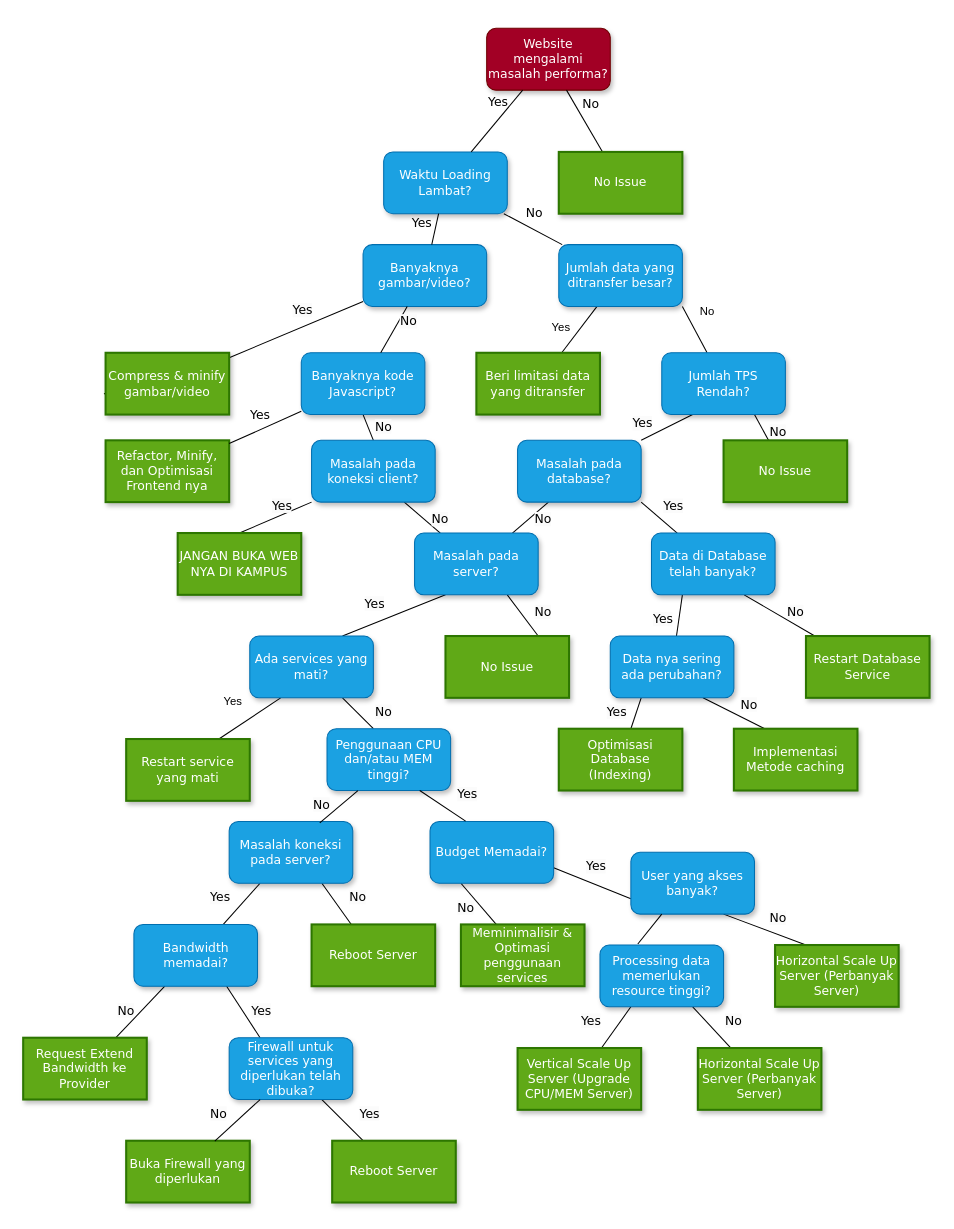
Before: dc-tree-web-perf.drawio in fllaa/public-draw-io, a draw.io diagram. Source tidied: cells renumbered, new cells numbered last; positions are measured from the earlier drawing's top-left corner, leaving out a move shared by most shapes. Both pictures are drawn from the tidied source at 103%, with x=0, y=0 at pixel (23, 28).
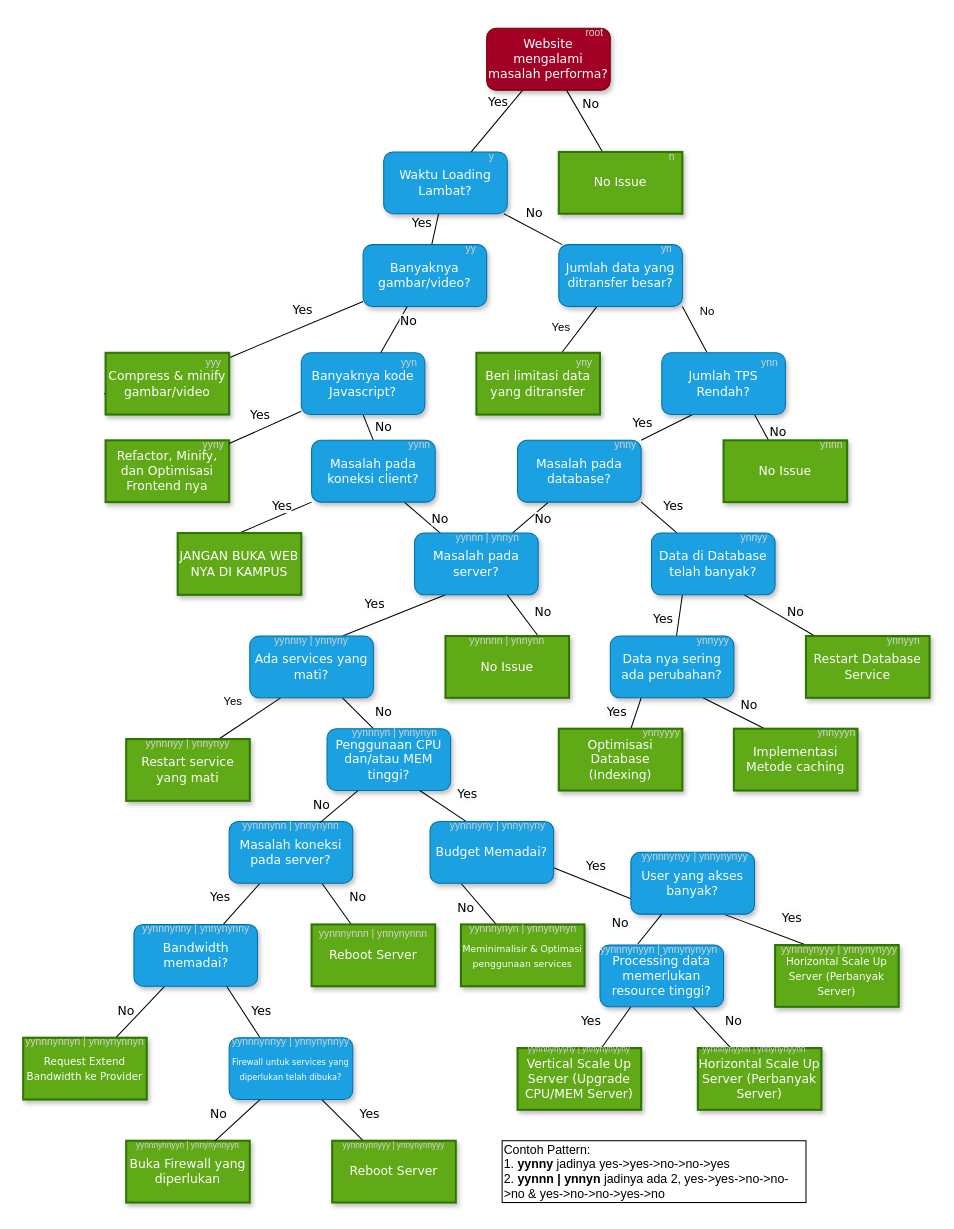
The same page after the edit.

What changed in the source:
```diff
@@
-    <mxCell id="83" value="Firewall untuk services yang diperlukan telah dibuka?" style="whiteSpace=wrap;html=1;rounded=1;shadow=1;labelBackgroundColor=none;strokeWidth=1;fontFamily=Verdana;fontSize=12;align=center;fillColor=#1ba1e2;fontColor=#ffffff;strokeColor=#006EAF;" parent="1" vertex="1">
+    <mxCell id="83" value="&lt;font style=&quot;font-size: 8px;&quot;&gt;Firewall untuk services yang diperlukan telah dibuka?&lt;/font&gt;" style="whiteSpace=wrap;html=1;rounded=1;shadow=1;labelBackgroundColor=none;strokeWidth=1;fontFamily=Verdana;fontSize=12;align=center;fillColor=#1ba1e2;fontColor=#ffffff;strokeColor=#006EAF;" parent="1" vertex="1">
       <mxGeometry x="200" y="980" width="120" height="60" as="geometry" />
     </mxCell>
@@
-    <mxCell id="85" value="Request Extend Bandwidth ke Provider" style="whiteSpace=wrap;html=1;rounded=0;shadow=1;labelBackgroundColor=none;strokeWidth=2;fontFamily=Verdana;fontSize=12;align=center;fillColor=#60a917;fontColor=#ffffff;strokeColor=#2D7600;" parent="1" vertex="1">
+    <mxCell id="85" value="&lt;font style=&quot;font-size: 10px;&quot;&gt;Request Extend Bandwidth ke Provider&lt;/font&gt;" style="whiteSpace=wrap;html=1;rounded=0;shadow=1;labelBackgroundColor=none;strokeWidth=2;fontFamily=Verdana;fontSize=12;align=center;fillColor=#60a917;fontColor=#ffffff;strokeColor=#2D7600;" parent="1" vertex="1">
       <mxGeometry y="980" width="120" height="60" as="geometry" />
     </mxCell>
@@
-    <mxCell id="95" value="Meminimalisir &amp;amp; Optimasi penggunaan services" style="whiteSpace=wrap;html=1;rounded=0;shadow=1;labelBackgroundColor=none;strokeWidth=2;fontFamily=Verdana;fontSize=12;align=center;fillColor=#60a917;fontColor=#ffffff;strokeColor=#2D7600;" parent="1" vertex="1">
+    <mxCell id="95" value="&lt;font style=&quot;font-size: 9px;&quot;&gt;Meminimalisir &amp;amp; Optimasi penggunaan services&lt;/font&gt;" style="whiteSpace=wrap;html=1;rounded=0;shadow=1;labelBackgroundColor=none;strokeWidth=2;fontFamily=Verdana;fontSize=12;align=center;fillColor=#60a917;fontColor=#ffffff;strokeColor=#2D7600;" parent="1" vertex="1">
       <mxGeometry x="425" y="870" width="120" height="60" as="geometry" />
     </mxCell>
@@
-    <mxCell id="100" value="Horizontal Scale Up Server (Perbanyak Server)" style="whiteSpace=wrap;html=1;rounded=0;shadow=1;labelBackgroundColor=none;strokeWidth=2;fontFamily=Verdana;fontSize=12;align=center;fillColor=#60a917;fontColor=#ffffff;strokeColor=#2D7600;" parent="1" vertex="1">
+    <mxCell id="100" value="&lt;font style=&quot;font-size: 10px;&quot;&gt;Horizontal Scale Up Server (Perbanyak Server)&lt;/font&gt;" style="whiteSpace=wrap;html=1;rounded=0;shadow=1;labelBackgroundColor=none;strokeWidth=2;fontFamily=Verdana;fontSize=12;align=center;fillColor=#60a917;fontColor=#ffffff;strokeColor=#2D7600;" parent="1" vertex="1">
       <mxGeometry x="730" y="890" width="120" height="60" as="geometry" />
     </mxCell>
@@
     <mxCell id="107" value="&lt;span style=&quot;color: rgb(0, 0, 0); font-family: Verdana; font-size: 12px; font-style: normal; font-variant-ligatures: normal; font-variant-caps: normal; font-weight: 400; letter-spacing: normal; orphans: 2; text-align: center; text-indent: 0px; text-transform: none; widows: 2; word-spacing: 0px; -webkit-text-stroke-width: 0px; background-color: rgb(251, 251, 251); text-decoration-thickness: initial; text-decoration-style: initial; text-decoration-color: initial; float: none; display: inline !important;&quot;&gt;No&lt;/span&gt;" style="text;whiteSpace=wrap;html=1;fontSize=11;fontFamily=Helvetica;fontColor=default;" parent="1" vertex="1">
-      <mxGeometry x="722.5" y="850" width="30" height="30" as="geometry" />
+      <mxGeometry x="570" y="855" width="30" height="30" as="geometry" />
     </mxCell>
@@
+    <mxCell id="111" value="&lt;font style=&quot;font-size: 10px;&quot; color=&quot;#d4d4d4&quot;&gt;root&lt;/font&gt;" style="text;whiteSpace=wrap;html=1;align=center;fontColor=#FFFFFF;" parent="1" vertex="1">
+      <mxGeometry x="540" y="-10" width="30" height="20" as="geometry" />
+    </mxCell>
+    <mxCell id="112" value="&lt;font style=&quot;font-size: 10px;&quot; color=&quot;#d4d4d4&quot;&gt;y&lt;/font&gt;" style="text;whiteSpace=wrap;html=1;align=center;fontColor=#FFFFFF;" parent="1" vertex="1">
+      <mxGeometry x="440" y="110" width="30" height="20" as="geometry" />
+    </mxCell>
+    <mxCell id="113" value="&lt;font style=&quot;font-size: 10px;&quot; color=&quot;#d4d4d4&quot;&gt;n&lt;/font&gt;" style="text;whiteSpace=wrap;html=1;align=center;fontColor=#FFFFFF;" parent="1" vertex="1">
+      <mxGeometry x="615" y="110" width="30" height="20" as="geometry" />
+    </mxCell>
+    <mxCell id="114" value="&lt;font color=&quot;#d4d4d4&quot;&gt;&lt;span style=&quot;font-size: 10px;&quot;&gt;yy&lt;/span&gt;&lt;/font&gt;" style="text;whiteSpace=wrap;html=1;align=center;fontColor=#FFFFFF;" parent="1" vertex="1">
+      <mxGeometry x="420" y="200" width="30" height="20" as="geometry" />
+    </mxCell>
+    <mxCell id="115" value="&lt;font color=&quot;#d4d4d4&quot;&gt;&lt;span style=&quot;font-size: 10px;&quot;&gt;yn&lt;/span&gt;&lt;/font&gt;" style="text;whiteSpace=wrap;html=1;align=center;fontColor=#FFFFFF;" parent="1" vertex="1">
+      <mxGeometry x="610" y="200" width="30" height="20" as="geometry" />
+    </mxCell>
+    <mxCell id="116" value="&lt;font color=&quot;#d4d4d4&quot;&gt;&lt;span style=&quot;font-size: 10px;&quot;&gt;yyy&lt;/span&gt;&lt;/font&gt;" style="text;whiteSpace=wrap;html=1;align=center;fontColor=#FFFFFF;" parent="1" vertex="1">
+      <mxGeometry x="170" y="310" width="30" height="20" as="geometry" />
+    </mxCell>
+    <mxCell id="117" value="&lt;font color=&quot;#d4d4d4&quot;&gt;&lt;span style=&quot;font-size: 10px;&quot;&gt;yyn&lt;/span&gt;&lt;/font&gt;" style="text;whiteSpace=wrap;html=1;align=center;fontColor=#FFFFFF;" parent="1" vertex="1">
+      <mxGeometry x="360" y="310" width="30" height="20" as="geometry" />
+    </mxCell>
+    <mxCell id="118" value="&lt;font color=&quot;#d4d4d4&quot;&gt;&lt;span style=&quot;font-size: 10px;&quot;&gt;yny&lt;/span&gt;&lt;/font&gt;" style="text;whiteSpace=wrap;html=1;align=center;fontColor=#FFFFFF;" parent="1" vertex="1">
+      <mxGeometry x="530" y="310" width="30" height="20" as="geometry" />
+    </mxCell>
+    <mxCell id="119" value="&lt;font color=&quot;#d4d4d4&quot;&gt;&lt;span style=&quot;font-size: 10px;&quot;&gt;ynn&lt;/span&gt;&lt;/font&gt;" style="text;whiteSpace=wrap;html=1;align=center;fontColor=#FFFFFF;" parent="1" vertex="1">
+      <mxGeometry x="710" y="310" width="30" height="20" as="geometry" />
+    </mxCell>
+    <mxCell id="120" value="&lt;font color=&quot;#d4d4d4&quot;&gt;&lt;span style=&quot;font-size: 10px;&quot;&gt;yyny&lt;/span&gt;&lt;/font&gt;" style="text;whiteSpace=wrap;html=1;align=center;fontColor=#FFFFFF;" parent="1" vertex="1">
+      <mxGeometry x="170" y="390" width="30" height="20" as="geometry" />
+    </mxCell>
+    <mxCell id="121" value="&lt;font color=&quot;#d4d4d4&quot;&gt;&lt;span style=&quot;font-size: 10px;&quot;&gt;yynn&lt;/span&gt;&lt;/font&gt;" style="text;whiteSpace=wrap;html=1;align=center;fontColor=#FFFFFF;" parent="1" vertex="1">
+      <mxGeometry x="370" y="390" width="30" height="20" as="geometry" />
+    </mxCell>
+    <mxCell id="122" value="&lt;font color=&quot;#d4d4d4&quot;&gt;&lt;span style=&quot;font-size: 10px;&quot;&gt;ynny&lt;/span&gt;&lt;/font&gt;" style="text;whiteSpace=wrap;html=1;align=center;fontColor=#FFFFFF;" parent="1" vertex="1">
+      <mxGeometry x="570" y="390" width="30" height="20" as="geometry" />
+    </mxCell>
+    <mxCell id="123" value="&lt;font color=&quot;#d4d4d4&quot;&gt;&lt;span style=&quot;font-size: 10px;&quot;&gt;ynnn&lt;/span&gt;&lt;/font&gt;" style="text;whiteSpace=wrap;html=1;align=center;fontColor=#FFFFFF;" parent="1" vertex="1">
+      <mxGeometry x="770" y="390" width="30" height="20" as="geometry" />
+    </mxCell>
+    <mxCell id="124" value="&lt;font color=&quot;#d4d4d4&quot;&gt;&lt;span style=&quot;font-size: 10px;&quot;&gt;ynnyy&lt;/span&gt;&lt;/font&gt;" style="text;whiteSpace=wrap;html=1;align=center;fontColor=#FFFFFF;" parent="1" vertex="1">
+      <mxGeometry x="695" y="480" width="30" height="20" as="geometry" />
+    </mxCell>
+    <mxCell id="125" value="&lt;font color=&quot;#d4d4d4&quot;&gt;&lt;span style=&quot;font-size: 10px;&quot;&gt;ynnyyy&lt;/span&gt;&lt;/font&gt;" style="text;whiteSpace=wrap;html=1;align=center;fontColor=#FFFFFF;" parent="1" vertex="1">
+      <mxGeometry x="655" y="580" width="30" height="20" as="geometry" />
+    </mxCell>
+    <mxCell id="126" value="&lt;font color=&quot;#d4d4d4&quot;&gt;&lt;span style=&quot;font-size: 10px;&quot;&gt;ynnyyn&lt;/span&gt;&lt;/font&gt;" style="text;whiteSpace=wrap;html=1;align=center;fontColor=#FFFFFF;" parent="1" vertex="1">
+      <mxGeometry x="840" y="580" width="30" height="20" as="geometry" />
+    </mxCell>
+    <mxCell id="127" value="&lt;font color=&quot;#d4d4d4&quot;&gt;&lt;span style=&quot;font-size: 10px;&quot;&gt;ynnyyyy&lt;/span&gt;&lt;/font&gt;" style="text;whiteSpace=wrap;html=1;align=center;fontColor=#FFFFFF;" parent="1" vertex="1">
+      <mxGeometry x="605" y="670" width="30" height="20" as="geometry" />
+    </mxCell>
+    <mxCell id="128" value="&lt;font color=&quot;#d4d4d4&quot;&gt;&lt;span style=&quot;font-size: 10px;&quot;&gt;ynnyyyn&lt;/span&gt;&lt;/font&gt;" style="text;whiteSpace=wrap;html=1;align=center;fontColor=#FFFFFF;" parent="1" vertex="1">
+      <mxGeometry x="775" y="670" width="30" height="20" as="geometry" />
+    </mxCell>
+    <mxCell id="129" value="&lt;font color=&quot;#d4d4d4&quot;&gt;&lt;span style=&quot;font-size: 10px;&quot;&gt;yynnn | ynnyn&lt;/span&gt;&lt;/font&gt;" style="text;whiteSpace=wrap;html=1;align=center;fontColor=#FFFFFF;" parent="1" vertex="1">
+      <mxGeometry x="411" y="480" width="80" height="20" as="geometry" />
+    </mxCell>
+    <mxCell id="130" value="&lt;font color=&quot;#d4d4d4&quot;&gt;&lt;span style=&quot;font-size: 10px;&quot;&gt;yynnnn | ynnynn&lt;/span&gt;&lt;/font&gt;" style="text;whiteSpace=wrap;html=1;align=center;fontColor=#FFFFFF;" parent="1" vertex="1">
+      <mxGeometry x="430" y="580" width="80" height="20" as="geometry" />
+    </mxCell>
+    <mxCell id="131" value="&lt;font color=&quot;#d4d4d4&quot;&gt;&lt;span style=&quot;font-size: 10px;&quot;&gt;yynnny | ynnyny&lt;/span&gt;&lt;/font&gt;" style="text;whiteSpace=wrap;html=1;align=center;fontColor=#FFFFFF;" parent="1" vertex="1">
+      <mxGeometry x="240" y="580" width="80" height="20" as="geometry" />
+    </mxCell>
+    <mxCell id="132" value="&lt;font color=&quot;#d4d4d4&quot;&gt;&lt;span style=&quot;font-size: 10px;&quot;&gt;yynnnyy | ynnynyy&lt;/span&gt;&lt;/font&gt;" style="text;whiteSpace=wrap;html=1;align=center;fontColor=#FFFFFF;" parent="1" vertex="1">
+      <mxGeometry x="110" y="680" width="100" height="20" as="geometry" />
+    </mxCell>
+    <mxCell id="133" value="&lt;font color=&quot;#d4d4d4&quot;&gt;&lt;span style=&quot;font-size: 10px;&quot;&gt;yynnnyn | ynnynyn&lt;/span&gt;&lt;/font&gt;" style="text;whiteSpace=wrap;html=1;align=center;fontColor=#FFFFFF;" parent="1" vertex="1">
+      <mxGeometry x="311" y="670" width="100" height="20" as="geometry" />
+    </mxCell>
+    <mxCell id="134" value="&lt;font color=&quot;#d4d4d4&quot;&gt;&lt;span style=&quot;font-size: 10px;&quot;&gt;yynnnynn | ynnynynn&lt;/span&gt;&lt;/font&gt;" style="text;whiteSpace=wrap;html=1;align=center;fontColor=#FFFFFF;" parent="1" vertex="1">
+      <mxGeometry x="210" y="760" width="100" height="20" as="geometry" />
+    </mxCell>
+    <mxCell id="135" value="&lt;font color=&quot;#d4d4d4&quot;&gt;&lt;span style=&quot;font-size: 10px;&quot;&gt;yynnnyny | ynnynyny&lt;/span&gt;&lt;/font&gt;" style="text;whiteSpace=wrap;html=1;align=center;fontColor=#FFFFFF;" parent="1" vertex="1">
+      <mxGeometry x="411" y="760" width="100" height="20" as="geometry" />
+    </mxCell>
+    <mxCell id="136" value="&lt;font color=&quot;#d4d4d4&quot;&gt;&lt;span style=&quot;font-size: 10px;&quot;&gt;yynnnynyy | ynnynynyy&lt;/span&gt;&lt;/font&gt;" style="text;whiteSpace=wrap;html=1;align=center;fontColor=#FFFFFF;" parent="1" vertex="1">
+      <mxGeometry x="590" y="790" width="125" height="20" as="geometry" />
+    </mxCell>
+    <mxCell id="137" value="&lt;font color=&quot;#d4d4d4&quot;&gt;&lt;span style=&quot;font-size: 10px;&quot;&gt;yynnnynyn | ynnynynyn&lt;/span&gt;&lt;/font&gt;" style="text;whiteSpace=wrap;html=1;align=center;fontColor=#FFFFFF;" parent="1" vertex="1">
+      <mxGeometry x="427.5" y="860" width="115" height="20" as="geometry" />
+    </mxCell>
+    <mxCell id="138" value="&lt;font color=&quot;#d4d4d4&quot;&gt;&lt;span style=&quot;font-size: 10px;&quot;&gt;yynnnynyyn | ynnynynyyn&lt;/span&gt;&lt;/font&gt;" style="text;whiteSpace=wrap;html=1;align=center;fontColor=#FFFFFF;" parent="1" vertex="1">
+      <mxGeometry x="550" y="880" width="135" height="20" as="geometry" />
+    </mxCell>
+    <mxCell id="139" value="&lt;span style=&quot;color: rgb(0, 0, 0); font-family: Verdana; font-size: 12px; font-style: normal; font-variant-ligatures: normal; font-variant-caps: normal; font-weight: 400; letter-spacing: normal; orphans: 2; text-align: center; text-indent: 0px; text-transform: none; widows: 2; word-spacing: 0px; -webkit-text-stroke-width: 0px; background-color: rgb(251, 251, 251); text-decoration-thickness: initial; text-decoration-style: initial; text-decoration-color: initial; float: none; display: inline !important;&quot;&gt;Yes&lt;/span&gt;" style="text;whiteSpace=wrap;html=1;fontSize=11;fontFamily=Helvetica;fontColor=default;" parent="1" vertex="1">
+      <mxGeometry x="735" y="850" width="30" height="30" as="geometry" />
+    </mxCell>
+    <mxCell id="140" value="&lt;font color=&quot;#d4d4d4&quot;&gt;&lt;span style=&quot;font-size: 10px;&quot;&gt;yynnnynyyy | ynnynynyyy&lt;/span&gt;&lt;/font&gt;" style="text;whiteSpace=wrap;html=1;align=center;fontColor=#FFFFFF;" parent="1" vertex="1">
+      <mxGeometry x="725" y="880" width="135" height="20" as="geometry" />
+    </mxCell>
+    <mxCell id="141" value="&lt;font color=&quot;#d4d4d4&quot; style=&quot;font-size: 8px;&quot;&gt;&lt;span style=&quot;font-size: 8px;&quot;&gt;yynnnynyyny | ynnynynyyny&lt;/span&gt;&lt;/font&gt;" style="text;whiteSpace=wrap;html=1;align=center;fontColor=#FFFFFF;fontSize=8;" parent="1" vertex="1">
+      <mxGeometry x="465" y="980" width="150" height="20" as="geometry" />
+    </mxCell>
+    <mxCell id="142" value="&lt;font color=&quot;#d4d4d4&quot; style=&quot;font-size: 8px;&quot;&gt;&lt;span style=&quot;font-size: 8px;&quot;&gt;yynnnynyynn | ynnynynyynn&lt;/span&gt;&lt;/font&gt;" style="text;whiteSpace=wrap;html=1;align=center;fontColor=#FFFFFF;fontSize=8;" parent="1" vertex="1">
+      <mxGeometry x="635" y="980" width="150" height="20" as="geometry" />
+    </mxCell>
+    <mxCell id="143" value="&lt;font color=&quot;#d4d4d4&quot;&gt;&lt;span style=&quot;font-size: 10px;&quot;&gt;yynnnynnn | ynnynynnn&lt;/span&gt;&lt;/font&gt;" style="text;whiteSpace=wrap;html=1;align=center;fontColor=#FFFFFF;" parent="1" vertex="1">
+      <mxGeometry x="280" y="865" width="120" height="20" as="geometry" />
+    </mxCell>
+    <mxCell id="144" value="&lt;font color=&quot;#d4d4d4&quot;&gt;&lt;span style=&quot;font-size: 10px;&quot;&gt;yynnnynny | ynnynynny&lt;/span&gt;&lt;/font&gt;" style="text;whiteSpace=wrap;html=1;align=center;fontColor=#FFFFFF;" parent="1" vertex="1">
+      <mxGeometry x="107.5" y="860" width="120" height="20" as="geometry" />
+    </mxCell>
+    <mxCell id="145" value="&lt;font color=&quot;#d4d4d4&quot;&gt;&lt;span style=&quot;font-size: 10px;&quot;&gt;yynnnynnyn | ynnynynnyn&lt;/span&gt;&lt;/font&gt;" style="text;whiteSpace=wrap;html=1;align=center;fontColor=#FFFFFF;" parent="1" vertex="1">
+      <mxGeometry y="970" width="120" height="20" as="geometry" />
+    </mxCell>
+    <mxCell id="146" value="&lt;font color=&quot;#d4d4d4&quot;&gt;&lt;span style=&quot;font-size: 10px;&quot;&gt;yynnnynnyy | ynnynynnyy&lt;/span&gt;&lt;/font&gt;" style="text;whiteSpace=wrap;html=1;align=center;fontColor=#FFFFFF;" parent="1" vertex="1">
+      <mxGeometry x="200" y="970" width="120" height="20" as="geometry" />
+    </mxCell>
+    <mxCell id="147" value="&lt;font style=&quot;font-size: 8px;&quot; color=&quot;#d4d4d4&quot;&gt;yynnnynnyyn | ynnynynnyyn&lt;/font&gt;" style="text;whiteSpace=wrap;html=1;align=center;fontColor=#FFFFFF;" parent="1" vertex="1">
+      <mxGeometry x="100" y="1070" width="120" height="20" as="geometry" />
+    </mxCell>
+    <mxCell id="148" value="&lt;font style=&quot;font-size: 8px;&quot; color=&quot;#d4d4d4&quot;&gt;yynnnynnyyy | ynnynynnyyy&lt;/font&gt;" style="text;whiteSpace=wrap;html=1;align=center;fontColor=#FFFFFF;" parent="1" vertex="1">
+      <mxGeometry x="300" y="1070" width="120" height="20" as="geometry" />
+    </mxCell>
+    <mxCell id="149" value="Contoh Pattern:&lt;br&gt;1. &lt;b&gt;yynny &lt;/b&gt;jadinya yes-&amp;gt;yes-&amp;gt;no-&amp;gt;no-&amp;gt;yes&lt;br&gt;2.&amp;nbsp;&lt;b&gt;yynnn | ynnyn&lt;/b&gt; jadinya ada 2, yes-&amp;gt;yes-&amp;gt;no-&amp;gt;no-&amp;gt;no &amp;amp; yes-&amp;gt;no-&amp;gt;no-&amp;gt;yes-&amp;gt;no" style="rounded=0;whiteSpace=wrap;html=1;align=left;" parent="1" vertex="1">
+      <mxGeometry x="465" y="1080" width="295" height="60" as="geometry" />
+    </mxCell>
```
